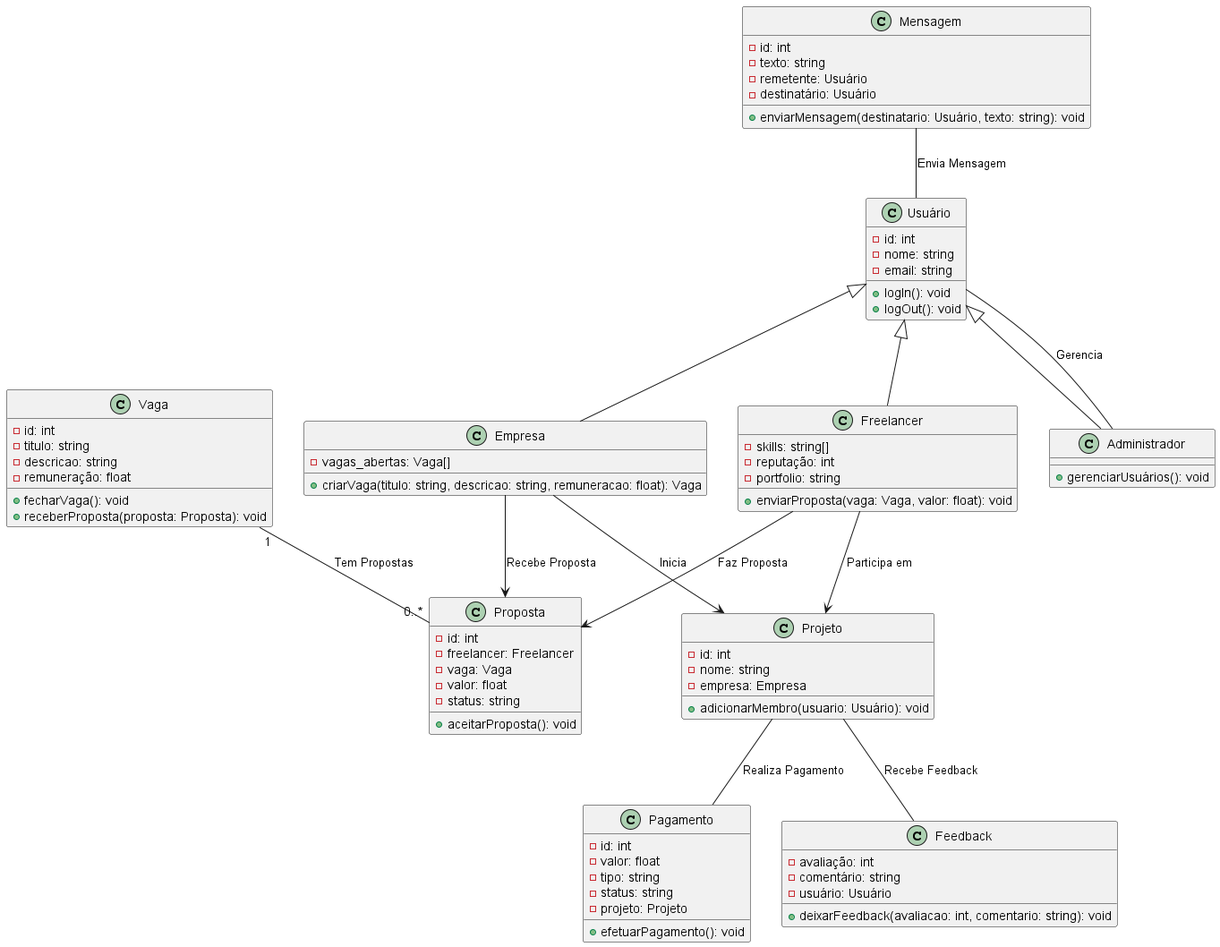
The PlantUML diagram out/docs/modelo_conceitual/modelo_conceitual.png in LucasNeiva/Eng-Software-II, before a commit. The source it was exported from:
```plantuml
@startuml

class Usuário {
  - id: int
  - nome: string
  - email: string
  + logIn(): void
  + logOut(): void
}

class Freelancer {
  - skills: string[]
  - reputação: int
  - portfolio: string
  + enviarProposta(vaga: Vaga, valor: float): void
}

class Empresa {
  - vagas_abertas: Vaga[]
  + criarVaga(titulo: string, descricao: string, remuneracao: float): Vaga
}

class Administrador {
  + gerenciarUsuários(): void
}

class Vaga {
  - id: int
  - titulo: string
  - descricao: string
  - remuneração: float
  + fecharVaga(): void
  + receberProposta(proposta: Proposta): void
}

class Proposta {
  - id: int
  - freelancer: Freelancer
  - vaga: Vaga
  - valor: float
  - status: string
  + aceitarProposta(): void
}

class Projeto {
  - id: int
  - nome: string
  - empresa: Empresa
  + adicionarMembro(usuario: Usuário): void
}

class Pagamento {
  - id: int
  - valor: float
  - tipo: string
  - status: string
  - projeto: Projeto
  + efetuarPagamento(): void
}

class Mensagem {
  - id: int
  - texto: string
  - remetente: Usuário
  - destinatário: Usuário
  + enviarMensagem(destinatario: Usuário, texto: string): void
}

class Feedback {
  - avaliação: int
  - comentário: string
  - usuário: Usuário
  + deixarFeedback(avaliacao: int, comentario: string): void
}

Usuário <|-- Administrador
Usuário <|-- Empresa
Usuário <|-- Freelancer


Freelancer --> Proposta: Faz Proposta
Empresa --> Proposta: Recebe Proposta
Freelancer --> Projeto: Participa em
Empresa --> Projeto: Inicia
Administrador -- Usuário: Gerencia
Projeto -- Pagamento: Realiza Pagamento
Projeto -- Feedback: Recebe Feedback
Mensagem -- Usuário: Envia Mensagem
Vaga "1" -- "0..*" Proposta: Tem Propostas

@enduml
```
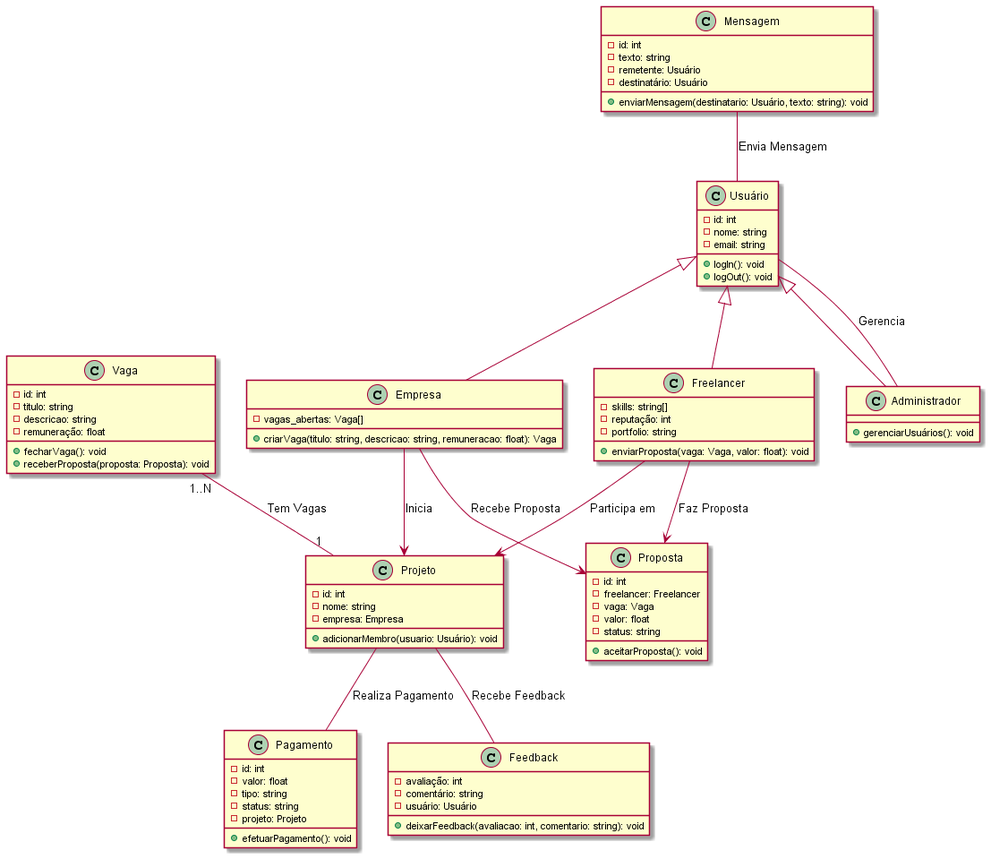
After the change.

What changed in the source:
```diff
@@ -86,6 +86,6 @@
 Projeto -- Pagamento: Realiza Pagamento
 Projeto -- Feedback: Recebe Feedback
 Mensagem -- Usuário: Envia Mensagem
-Vaga "1" -- "0..*" Proposta: Tem Propostas
+Vaga "1..N" -- "1" Projeto: Tem Vagas
 
 @enduml
```
